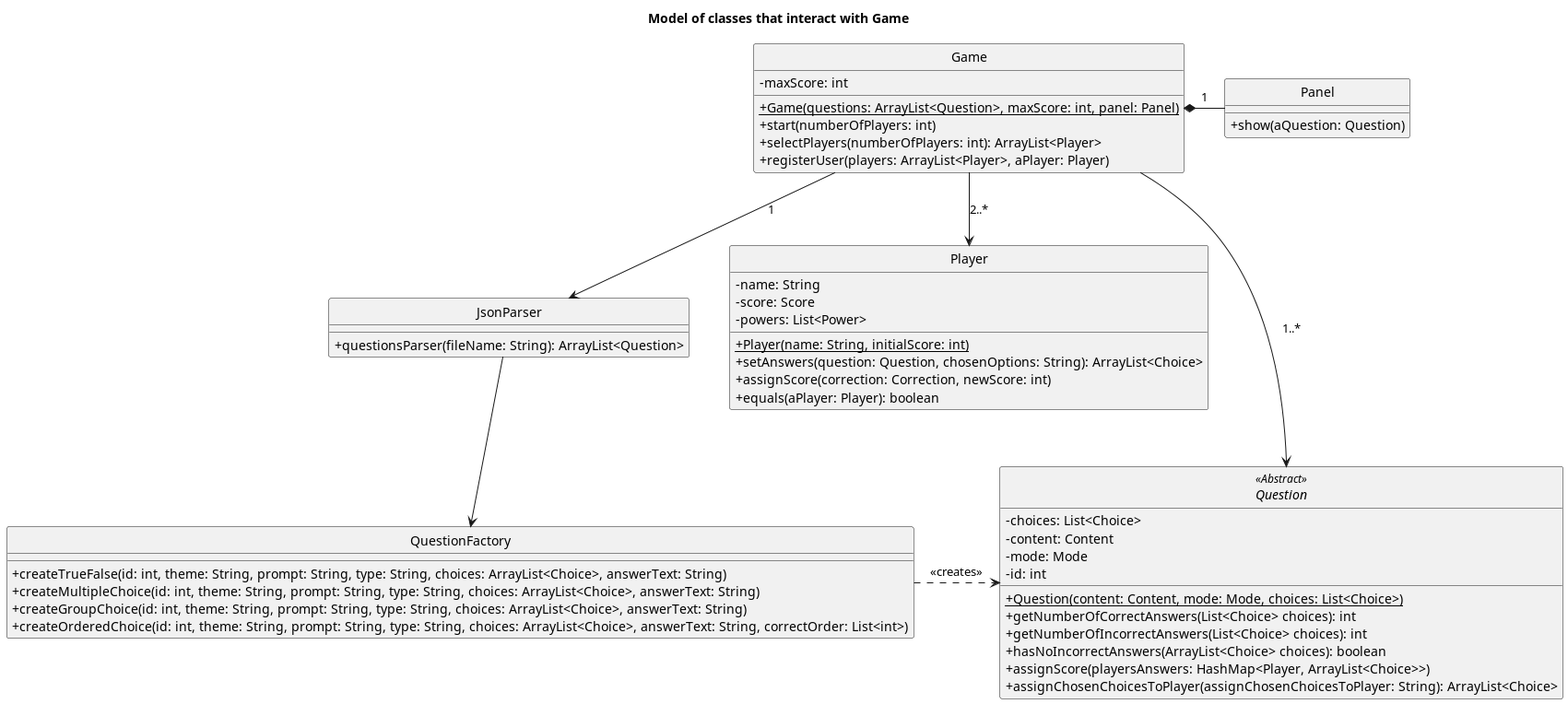
agpelliciari/TP2-Algo-III keeps this PlantUML diagram as UML files/ClassDiagramGameInteractionsModel.png. Above is the earlier version.
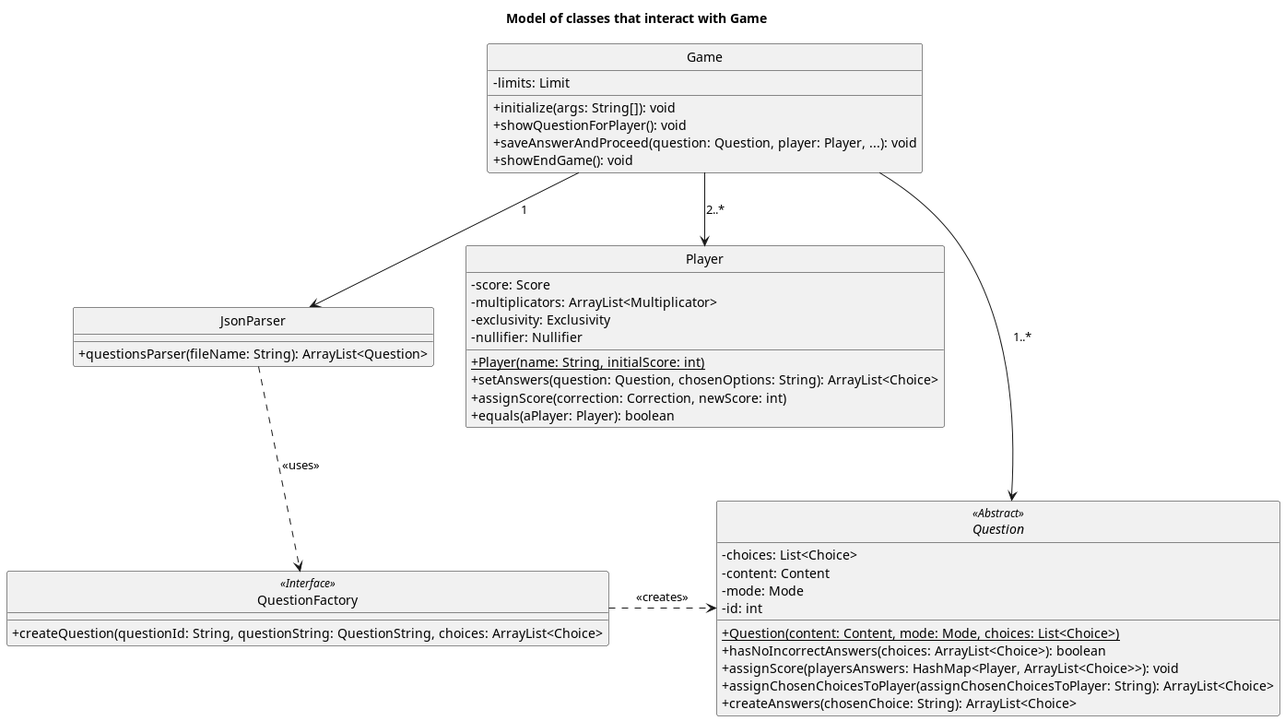
Above is the later version.

Commit message:
#62 Modified 'Game' class diagram

What changed in the source:
```diff
@@ -7,15 +7,11 @@
 title: Model of classes that interact with Game
 
 class Game{
--maxScore: int
-+{static}Game(questions: ArrayList<Question>, maxScore: int, panel: Panel)
-+start(numberOfPlayers: int)
-+selectPlayers(numberOfPlayers: int): ArrayList<Player>
-+registerUser(players: ArrayList<Player>, aPlayer: Player)
-}
-
-class Panel{
-+show(aQuestion: Question)
+-limits: Limit
++initialize(args: String[]): void
++showQuestionForPlayer(): void
++saveAnswerAndProceed(question: Question, player: Player, ...): void
++showEndGame(): void
 }
 
 abstract class Question{
@@ -24,17 +20,17 @@
 -mode: Mode
 -id: int
 +{static}Question(content: Content, mode: Mode, choices: List<Choice>)
-+getNumberOfCorrectAnswers(List<Choice> choices): int
-+getNumberOfIncorrectAnswers(List<Choice> choices): int
-+hasNoIncorrectAnswers(ArrayList<Choice> choices): boolean
-+assignScore(playersAnswers: HashMap<Player, ArrayList<Choice>>)
++hasNoIncorrectAnswers(choices: ArrayList<Choice>): boolean
++assignScore(playersAnswers: HashMap<Player, ArrayList<Choice>>): void
 +assignChosenChoicesToPlayer(assignChosenChoicesToPlayer: String): ArrayList<Choice>
++createAnswers(chosenChoice: String): ArrayList<Choice>
 }
 
 class Player{
--name: String
 -score: Score
--powers: List<Power>
+-multiplicators: ArrayList<Multiplicator>
+-exclusivity: Exclusivity
+-nullifier: Nullifier
 +{static}Player(name: String, initialScore: int)
 +setAnswers(question: Question, chosenOptions: String): ArrayList<Choice>
 +assignScore(correction: Correction, newScore: int)
@@ -46,21 +42,17 @@
 }
 
 class QuestionFactory{
-+createTrueFalse(id: int, theme: String, prompt: String, type: String, choices: ArrayList<Choice>, answerText: String)
-+createMultipleChoice(id: int, theme: String, prompt: String, type: String, choices: ArrayList<Choice>, answerText: String)
-+createGroupChoice(id: int, theme: String, prompt: String, type: String, choices: ArrayList<Choice>, answerText: String)
-+createOrderedChoice(id: int, theme: String, prompt: String, type: String, choices: ArrayList<Choice>, answerText: String, correctOrder: List<int>)
-
++createQuestion(questionId: String, questionString: QuestionString, choices: ArrayList<Choice>
 }
 
-Game *- Panel:1
 Game --> Question:1..*
 Game --> Player:2..*
 Game --> JsonParser:1
 
-JsonParser --> QuestionFactory
+JsonParser ..> QuestionFactory: <<uses>>
 QuestionFactory .> Question: "<<creates>>"
 
 Question <<Abstract>>
+QuestionFactory <<Interface>>
 
 @enduml
```
